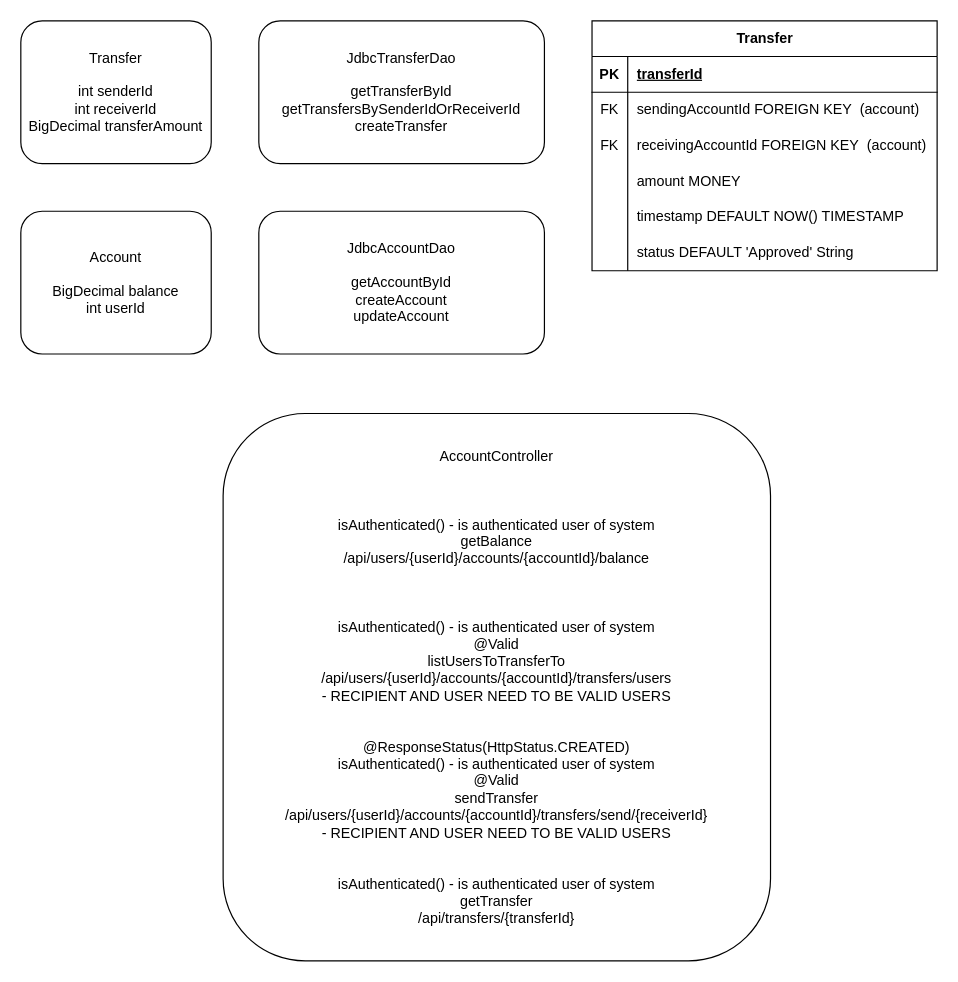
d-mcneil/tenmo-transfers keeps this draw.io diagram as server/planning-diagram/capstone-2.drawio. Above is the earlier version. Source tidied: cells renumbered, new cells numbered last; positions are measured from the earlier drawing's top-left corner, leaving out a move shared by most shapes. Both pictures are drawn from the tidied source at 119%, with x=0, y=0 at pixel (20, 20).
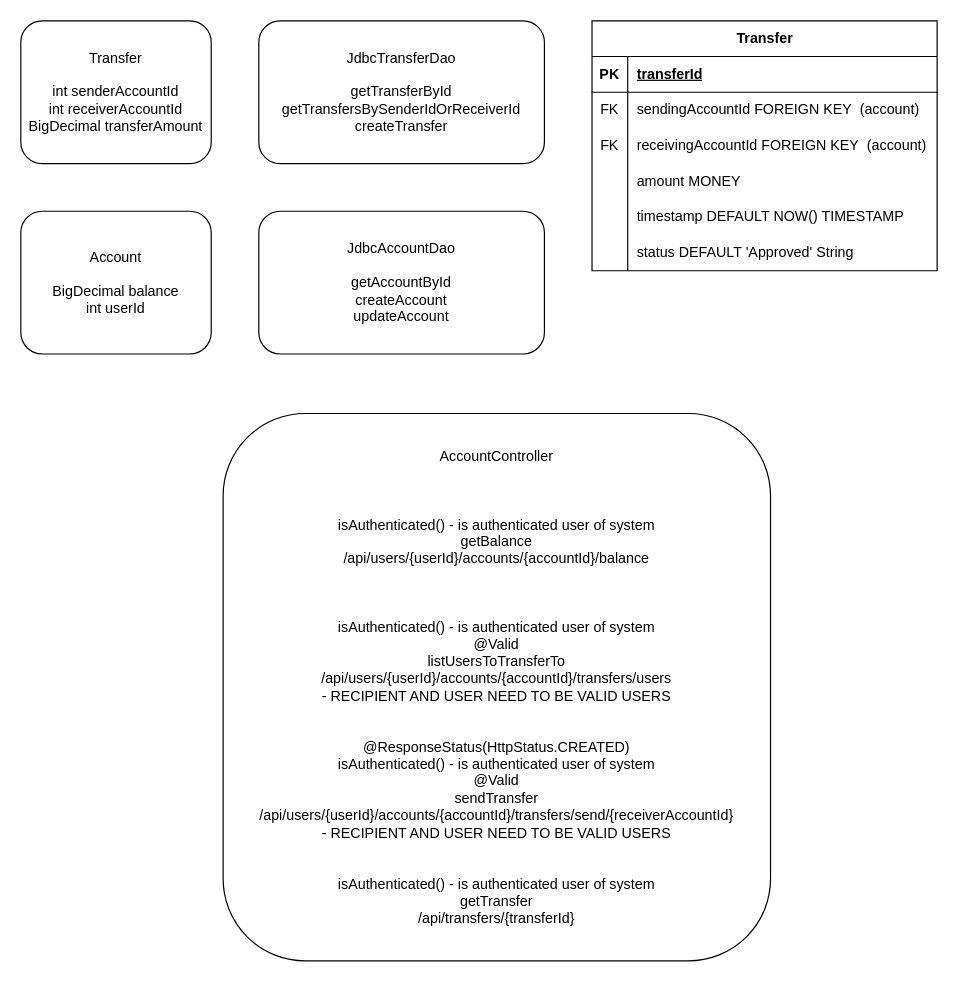
Above is the later version.

Diff of the diagram source:
```diff
@@
-    <mxCell id="3" value="Transfer&lt;br&gt;&lt;br&gt;int senderId&lt;br&gt;int receiverId&lt;br&gt;BigDecimal transferAmount" style="rounded=1;whiteSpace=wrap;html=1;" parent="1" vertex="1">
+    <mxCell id="3" value="Transfer&lt;br&gt;&lt;br&gt;int senderAccountId&lt;br&gt;int receiverAccountId&lt;br&gt;BigDecimal transferAmount" style="rounded=1;whiteSpace=wrap;html=1;" parent="1" vertex="1">
       <mxGeometry width="160" height="120" as="geometry" />
     </mxCell>
-    <mxCell id="4" value="AccountController&lt;br&gt;&lt;br&gt;&lt;br&gt;&lt;br&gt;isAuthenticated() - is authenticated user of system&lt;br&gt;getBalance&lt;br&gt;/api/users/{userId}/accounts/{accountId}/balance&lt;br&gt;&lt;br&gt;&lt;br&gt;&lt;br style=&quot;border-color: var(--border-color);&quot;&gt;isAuthenticated() - is authenticated user of system&lt;br style=&quot;border-color: var(--border-color);&quot;&gt;@Valid&lt;br style=&quot;border-color: var(--border-color);&quot;&gt;listUsersToTransferTo&lt;br style=&quot;border-color: var(--border-color);&quot;&gt;/api/users/{userId}/accounts/{accountId}/transfers/users&lt;br style=&quot;border-color: var(--border-color);&quot;&gt;- RECIPIENT AND USER NEED TO BE VALID USERS&lt;br&gt;&lt;br&gt;&lt;br&gt;@ResponseStatus(HttpStatus.CREATED)&lt;br&gt;isAuthenticated() - is authenticated user of system&lt;br&gt;@Valid&lt;br&gt;sendTransfer&lt;br&gt;/api/users/{userId}/accounts/{accountId}/transfers/send/{receiverId}&lt;br&gt;- RECIPIENT AND USER NEED TO BE VALID USERS&lt;br&gt;&lt;br&gt;&lt;br&gt;isAuthenticated() - is authenticated user of system&lt;br&gt;getTransfer&lt;br&gt;/api/transfers/{transferId}" style="rounded=1;whiteSpace=wrap;html=1;" parent="1" vertex="1">
+    <mxCell id="4" value="AccountController&lt;br&gt;&lt;br&gt;&lt;br&gt;&lt;br&gt;isAuthenticated() - is authenticated user of system&lt;br&gt;getBalance&lt;br&gt;/api/users/{userId}/accounts/{accountId}/balance&lt;br&gt;&lt;br&gt;&lt;br&gt;&lt;br style=&quot;border-color: var(--border-color);&quot;&gt;isAuthenticated() - is authenticated user of system&lt;br style=&quot;border-color: var(--border-color);&quot;&gt;@Valid&lt;br style=&quot;border-color: var(--border-color);&quot;&gt;listUsersToTransferTo&lt;br style=&quot;border-color: var(--border-color);&quot;&gt;/api/users/{userId}/accounts/{accountId}/transfers/users&lt;br style=&quot;border-color: var(--border-color);&quot;&gt;- RECIPIENT AND USER NEED TO BE VALID USERS&lt;br&gt;&lt;br&gt;&lt;br&gt;@ResponseStatus(HttpStatus.CREATED)&lt;br&gt;isAuthenticated() - is authenticated user of system&lt;br&gt;@Valid&lt;br&gt;sendTransfer&lt;br&gt;/api/users/{userId}/accounts/{accountId}/transfers/send/{receiverAccountId}&lt;br&gt;- RECIPIENT AND USER NEED TO BE VALID USERS&lt;br&gt;&lt;br&gt;&lt;br&gt;isAuthenticated() - is authenticated user of system&lt;br&gt;getTransfer&lt;br&gt;/api/transfers/{transferId}" style="rounded=1;whiteSpace=wrap;html=1;" parent="1" vertex="1">
       <mxGeometry x="170" y="330" width="460" height="460" as="geometry" />
     </mxCell>
```
